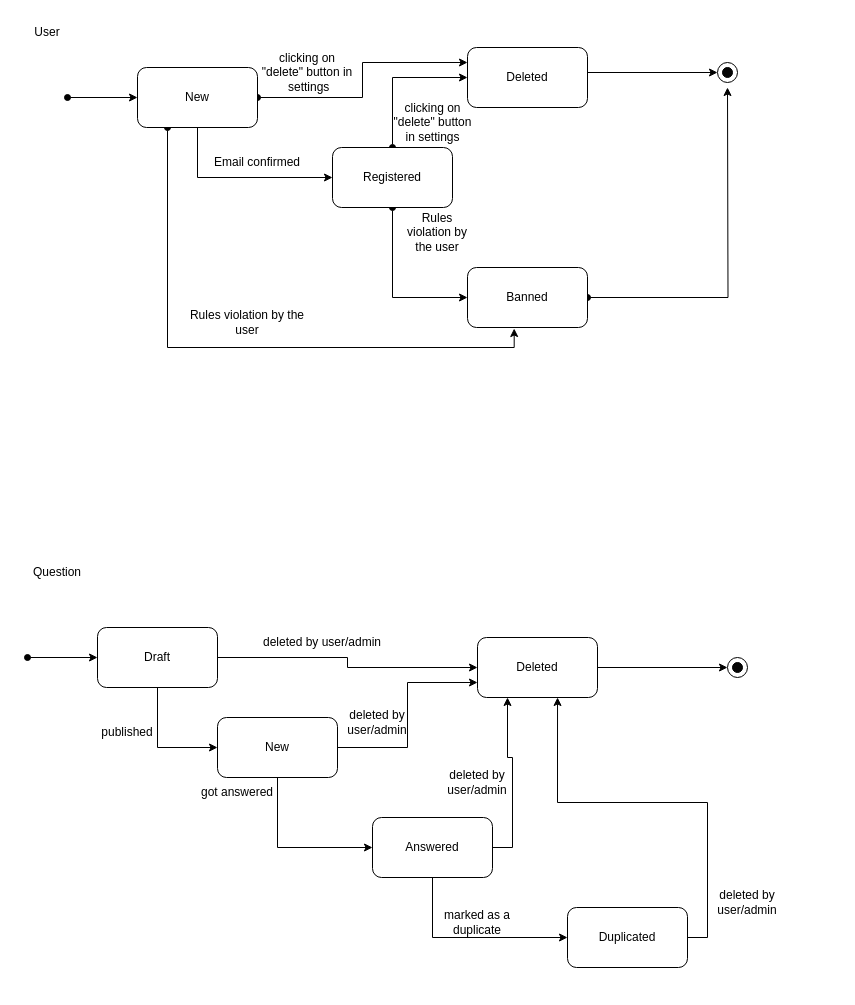
Earlier version of the draw.io diagram Projecting of IS/state diagram.drawio (Noderoid64/Study). Source tidied: cells renumbered, new cells numbered last; positions are measured from the earlier drawing's top-left corner, leaving out a move shared by most shapes. Both pictures are drawn from the tidied source at 100%, with x=0, y=0 at pixel (17, 17).
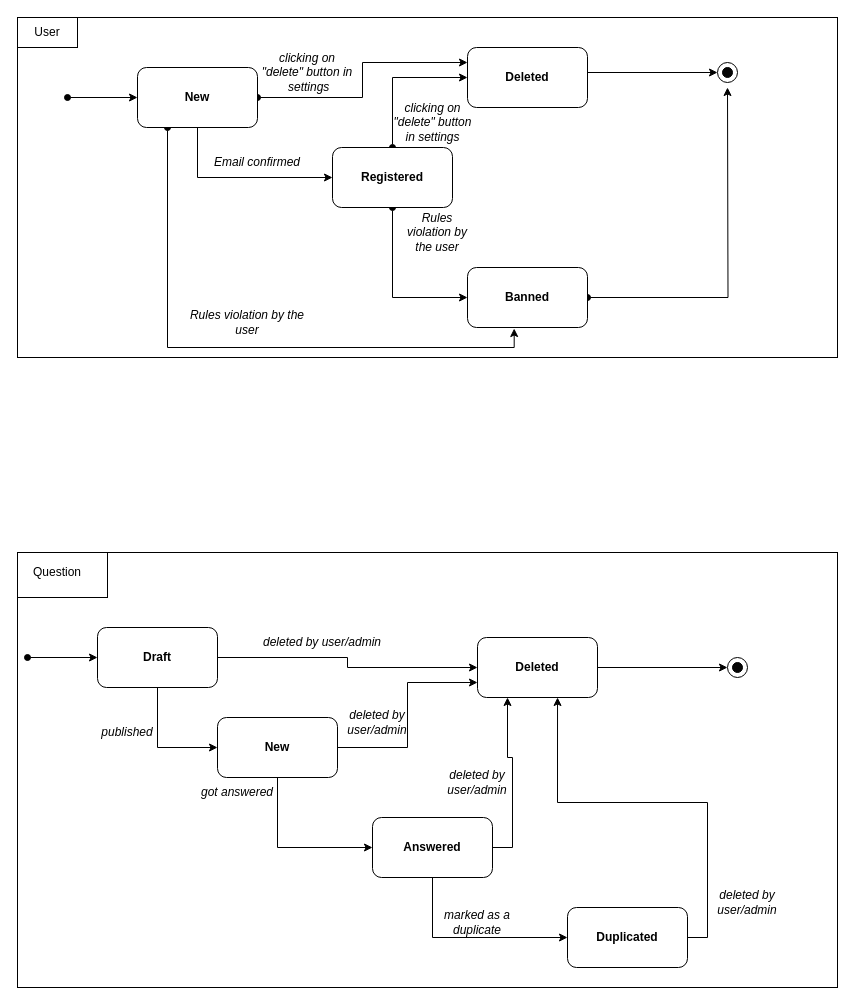
Above is the later version.

The edit, as a diff of the source:
```diff
@@
+    <mxCell id="46" style="rounded=0;whiteSpace=wrap;html=1;fillColor=none;" parent="1" vertex="1">
+      <mxGeometry width="60" height="30" as="geometry" />
+    </mxCell>
@@
-    <mxCell id="6" value="New" style="rounded=1;whiteSpace=wrap;html=1;" parent="1" vertex="1">
+    <mxCell id="6" value="&lt;b&gt;New&lt;/b&gt;" style="rounded=1;whiteSpace=wrap;html=1;" parent="1" vertex="1">
       <mxGeometry x="120" y="50" width="120" height="60" as="geometry" />
     </mxCell>
@@
-    <mxCell id="9" value="Registered" style="rounded=1;whiteSpace=wrap;html=1;" parent="1" vertex="1">
+    <mxCell id="9" value="&lt;b&gt;Registered&lt;/b&gt;" style="rounded=1;whiteSpace=wrap;html=1;" parent="1" vertex="1">
       <mxGeometry x="315" y="130" width="120" height="60" as="geometry" />
     </mxCell>
-    <mxCell id="10" value="Email confirmed" style="text;html=1;strokeColor=none;fillColor=none;align=center;verticalAlign=middle;whiteSpace=wrap;rounded=0;" parent="1" vertex="1">
+    <mxCell id="10" value="&lt;i&gt;Email confirmed&lt;/i&gt;" style="text;html=1;strokeColor=none;fillColor=none;align=center;verticalAlign=middle;whiteSpace=wrap;rounded=0;" parent="1" vertex="1">
       <mxGeometry x="190" y="130" width="100" height="30" as="geometry" />
     </mxCell>
@@
-    <mxCell id="13" value="Draft" style="rounded=1;whiteSpace=wrap;html=1;" parent="1" vertex="1">
+    <mxCell id="13" value="&lt;b&gt;Draft&lt;/b&gt;" style="rounded=1;whiteSpace=wrap;html=1;" parent="1" vertex="1">
       <mxGeometry x="80" y="610" width="120" height="60" as="geometry" />
     </mxCell>
@@
-    <mxCell id="16" value="New" style="rounded=1;whiteSpace=wrap;html=1;" parent="1" vertex="1">
+    <mxCell id="16" value="&lt;b&gt;New&lt;/b&gt;" style="rounded=1;whiteSpace=wrap;html=1;" parent="1" vertex="1">
       <mxGeometry x="200" y="700" width="120" height="60" as="geometry" />
     </mxCell>
@@
-    <mxCell id="19" value="Answered" style="rounded=1;whiteSpace=wrap;html=1;" parent="1" vertex="1">
+    <mxCell id="19" value="&lt;b&gt;Answered&lt;/b&gt;" style="rounded=1;whiteSpace=wrap;html=1;" parent="1" vertex="1">
       <mxGeometry x="355" y="800" width="120" height="60" as="geometry" />
     </mxCell>
-    <mxCell id="20" value="Deleted" style="rounded=1;whiteSpace=wrap;html=1;" parent="1" vertex="1">
+    <mxCell id="20" value="&lt;b&gt;Deleted&lt;/b&gt;" style="rounded=1;whiteSpace=wrap;html=1;" parent="1" vertex="1">
       <mxGeometry x="460" y="620" width="120" height="60" as="geometry" />
     </mxCell>
@@
-    <mxCell id="22" value="Duplicated" style="rounded=1;whiteSpace=wrap;html=1;" parent="1" vertex="1">
+    <mxCell id="22" value="&lt;b&gt;Duplicated&lt;/b&gt;" style="rounded=1;whiteSpace=wrap;html=1;" parent="1" vertex="1">
       <mxGeometry x="550" y="890" width="120" height="60" as="geometry" />
     </mxCell>
-    <mxCell id="23" value="deleted by user/admin" style="text;html=1;strokeColor=none;fillColor=none;align=center;verticalAlign=middle;whiteSpace=wrap;rounded=0;" parent="1" vertex="1">
+    <mxCell id="23" value="&lt;i&gt;deleted by user/admin&lt;/i&gt;" style="text;html=1;strokeColor=none;fillColor=none;align=center;verticalAlign=middle;whiteSpace=wrap;rounded=0;" parent="1" vertex="1">
       <mxGeometry x="230" y="610" width="150" height="30" as="geometry" />
     </mxCell>
-    <mxCell id="24" value="deleted by user/admin" style="text;html=1;strokeColor=none;fillColor=none;align=center;verticalAlign=middle;whiteSpace=wrap;rounded=0;" parent="1" vertex="1">
+    <mxCell id="24" value="&lt;i&gt;deleted by user/admin&lt;/i&gt;" style="text;html=1;strokeColor=none;fillColor=none;align=center;verticalAlign=middle;whiteSpace=wrap;rounded=0;" parent="1" vertex="1">
       <mxGeometry x="320" y="690" width="80" height="30" as="geometry" />
     </mxCell>
-    <mxCell id="25" value="deleted by user/admin" style="text;html=1;strokeColor=none;fillColor=none;align=center;verticalAlign=middle;whiteSpace=wrap;rounded=0;" parent="1" vertex="1">
+    <mxCell id="25" value="&lt;i&gt;deleted by user/admin&lt;/i&gt;" style="text;html=1;strokeColor=none;fillColor=none;align=center;verticalAlign=middle;whiteSpace=wrap;rounded=0;" parent="1" vertex="1">
       <mxGeometry x="420" y="750" width="80" height="30" as="geometry" />
     </mxCell>
-    <mxCell id="26" value="deleted by user/admin" style="text;html=1;strokeColor=none;fillColor=none;align=center;verticalAlign=middle;whiteSpace=wrap;rounded=0;" parent="1" vertex="1">
+    <mxCell id="26" value="&lt;i&gt;deleted by user/admin&lt;/i&gt;" style="text;html=1;strokeColor=none;fillColor=none;align=center;verticalAlign=middle;whiteSpace=wrap;rounded=0;" parent="1" vertex="1">
       <mxGeometry x="690" y="870" width="80" height="30" as="geometry" />
     </mxCell>
-    <mxCell id="27" value="published" style="text;html=1;strokeColor=none;fillColor=none;align=center;verticalAlign=middle;whiteSpace=wrap;rounded=0;" parent="1" vertex="1">
+    <mxCell id="27" value="&lt;i&gt;published&lt;/i&gt;" style="text;html=1;strokeColor=none;fillColor=none;align=center;verticalAlign=middle;whiteSpace=wrap;rounded=0;" parent="1" vertex="1">
       <mxGeometry x="70" y="700" width="80" height="30" as="geometry" />
     </mxCell>
-    <mxCell id="28" value="got answered" style="text;html=1;strokeColor=none;fillColor=none;align=center;verticalAlign=middle;whiteSpace=wrap;rounded=0;" parent="1" vertex="1">
+    <mxCell id="28" value="&lt;i&gt;got answered&lt;/i&gt;" style="text;html=1;strokeColor=none;fillColor=none;align=center;verticalAlign=middle;whiteSpace=wrap;rounded=0;" parent="1" vertex="1">
       <mxGeometry x="180" y="760" width="80" height="30" as="geometry" />
     </mxCell>
-    <mxCell id="29" value="marked as a duplicate" style="text;html=1;strokeColor=none;fillColor=none;align=center;verticalAlign=middle;whiteSpace=wrap;rounded=0;" parent="1" vertex="1">
+    <mxCell id="29" value="&lt;i&gt;marked as a duplicate&lt;/i&gt;" style="text;html=1;strokeColor=none;fillColor=none;align=center;verticalAlign=middle;whiteSpace=wrap;rounded=0;" parent="1" vertex="1">
       <mxGeometry x="420" y="890" width="80" height="30" as="geometry" />
     </mxCell>
@@
-    <mxCell id="37" value="Deleted" style="rounded=1;whiteSpace=wrap;html=1;" parent="1" vertex="1">
+    <mxCell id="37" value="&lt;b&gt;Deleted&lt;/b&gt;" style="rounded=1;whiteSpace=wrap;html=1;" parent="1" vertex="1">
       <mxGeometry x="450" y="30" width="120" height="60" as="geometry" />
     </mxCell>
@@
-    <mxCell id="39" value="Banned" style="rounded=1;whiteSpace=wrap;html=1;" parent="1" vertex="1">
+    <mxCell id="39" value="&lt;b&gt;Banned&lt;/b&gt;" style="rounded=1;whiteSpace=wrap;html=1;" parent="1" vertex="1">
       <mxGeometry x="450" y="250" width="120" height="60" as="geometry" />
     </mxCell>
@@
-    <mxCell id="42" value="Rules violation by the user" style="text;html=1;strokeColor=none;fillColor=none;align=center;verticalAlign=middle;whiteSpace=wrap;rounded=0;" parent="1" vertex="1">
+    <mxCell id="42" value="&lt;i&gt;Rules violation by the user&lt;/i&gt;" style="text;html=1;strokeColor=none;fillColor=none;align=center;verticalAlign=middle;whiteSpace=wrap;rounded=0;" parent="1" vertex="1">
       <mxGeometry x="380" y="200" width="80" height="30" as="geometry" />
     </mxCell>
-    <mxCell id="43" value="Rules violation by the user" style="text;html=1;strokeColor=none;fillColor=none;align=center;verticalAlign=middle;whiteSpace=wrap;rounded=0;" parent="1" vertex="1">
+    <mxCell id="43" value="&lt;i&gt;Rules violation by the user&lt;/i&gt;" style="text;html=1;strokeColor=none;fillColor=none;align=center;verticalAlign=middle;whiteSpace=wrap;rounded=0;" parent="1" vertex="1">
       <mxGeometry x="160" y="290" width="140" height="30" as="geometry" />
     </mxCell>
-    <mxCell id="44" value="clicking on &quot;delete&quot; button in&lt;br&gt;&amp;nbsp;settings" style="text;html=1;strokeColor=none;fillColor=none;align=center;verticalAlign=middle;whiteSpace=wrap;rounded=0;" parent="1" vertex="1">
+    <mxCell id="44" value="&lt;i&gt;clicking on &quot;delete&quot; button in&lt;br&gt;&amp;nbsp;settings&lt;/i&gt;" style="text;html=1;strokeColor=none;fillColor=none;align=center;verticalAlign=middle;whiteSpace=wrap;rounded=0;" parent="1" vertex="1">
       <mxGeometry x="240" y="40" width="100" height="30" as="geometry" />
     </mxCell>
-    <mxCell id="45" value="clicking on &quot;delete&quot; button in settings" style="text;html=1;strokeColor=none;fillColor=none;align=center;verticalAlign=middle;whiteSpace=wrap;rounded=0;" parent="1" vertex="1">
+    <mxCell id="45" value="&lt;i&gt;clicking on &quot;delete&quot; button in settings&lt;/i&gt;" style="text;html=1;strokeColor=none;fillColor=none;align=center;verticalAlign=middle;whiteSpace=wrap;rounded=0;" parent="1" vertex="1">
       <mxGeometry x="373" y="90" width="85" height="30" as="geometry" />
     </mxCell>
+    <mxCell id="47" style="rounded=0;whiteSpace=wrap;html=1;fillColor=none;" parent="1" vertex="1">
+      <mxGeometry width="820" height="340" as="geometry" />
+    </mxCell>
+    <mxCell id="48" style="rounded=0;whiteSpace=wrap;html=1;fillColor=none;" parent="1" vertex="1">
+      <mxGeometry y="535" width="820" height="435" as="geometry" />
+    </mxCell>
+    <mxCell id="49" style="rounded=0;whiteSpace=wrap;html=1;fillColor=none;" parent="1" vertex="1">
+      <mxGeometry y="535" width="90" height="45" as="geometry" />
+    </mxCell>
```
